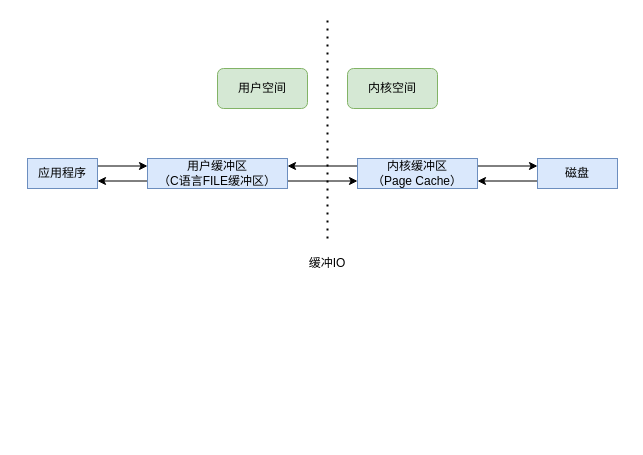
Earlier version of the draw.io diagram 1.drawio (1152545264/DrawioPaint). Source tidied: cells renumbered, new cells numbered last; positions are measured from the earlier drawing's top-left corner, leaving out a move shared by most shapes. Both pictures are drawn from the tidied source at 100%, with x=0, y=0 at pixel (27, 18).
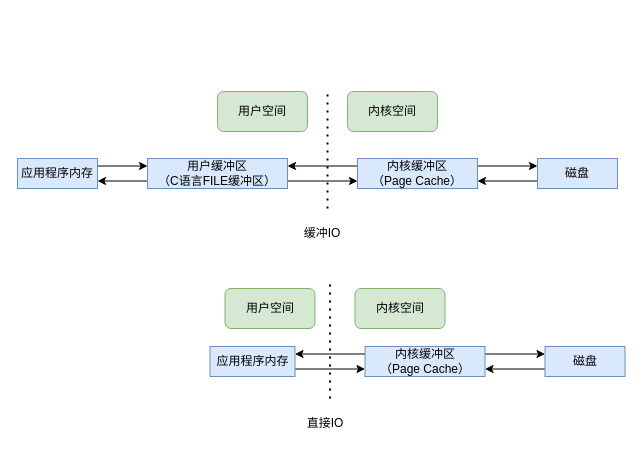
Above is the later version.

What changed in the source:
```diff
@@
     <mxCell id="2" value="用户空间" style="rounded=1;whiteSpace=wrap;html=1;fillColor=#d5e8d4;strokeColor=#82b366;" parent="1" vertex="1">
-      <mxGeometry x="190" y="50" width="90" height="40" as="geometry" />
+      <mxGeometry x="190" y="73" width="90" height="40" as="geometry" />
     </mxCell>
     <mxCell id="3" style="endArrow=none;dashed=1;html=1;dashPattern=1 3;strokeWidth=2;rounded=0;" parent="1" edge="1">
       <mxGeometry relative="1" as="geometry">
-        <mxPoint x="300" y="220" as="sourcePoint" />
-        <mxPoint x="300" as="targetPoint" />
+        <mxPoint x="300" y="190" as="sourcePoint" />
+        <mxPoint x="300" y="70" as="targetPoint" />
       </mxGeometry>
     </mxCell>
     <mxCell id="4" value="内核空间" style="rounded=1;whiteSpace=wrap;html=1;fillColor=#d5e8d4;strokeColor=#82b366;" parent="1" vertex="1">
-      <mxGeometry x="320" y="50" width="90" height="40" as="geometry" />
+      <mxGeometry x="320" y="73" width="90" height="40" as="geometry" />
     </mxCell>
@@
-    <mxCell id="6" value="应用程序" style="rounded=0;whiteSpace=wrap;html=1;fillColor=#dae8fc;strokeColor=#6c8ebf;" parent="1" vertex="1">
-      <mxGeometry y="140" width="70" height="30" as="geometry" />
+    <mxCell id="6" value="应用程序内存" style="rounded=0;whiteSpace=wrap;html=1;fillColor=#dae8fc;strokeColor=#6c8ebf;" parent="1" vertex="1">
+      <mxGeometry x="-10" y="140" width="80" height="30" as="geometry" />
     </mxCell>
@@
     <mxCell id="15" value="缓冲IO" style="text;strokeColor=none;align=center;fillColor=none;html=1;verticalAlign=middle;whiteSpace=wrap;rounded=0;" parent="1" vertex="1">
-      <mxGeometry x="270" y="230" width="60" height="30" as="geometry" />
+      <mxGeometry x="265" y="200" width="60" height="30" as="geometry" />
     </mxCell>
+    <mxCell id="16" value="用户空间" style="rounded=1;whiteSpace=wrap;html=1;fillColor=#d5e8d4;strokeColor=#82b366;" parent="1" vertex="1">
+      <mxGeometry x="197.5" y="270" width="90" height="40" as="geometry" />
+    </mxCell>
+    <mxCell id="17" style="endArrow=none;dashed=1;html=1;dashPattern=1 3;strokeWidth=2;rounded=0;" parent="1" edge="1">
+      <mxGeometry relative="1" as="geometry">
+        <mxPoint x="302.5" y="380" as="sourcePoint" />
+        <mxPoint x="302.5" y="260" as="targetPoint" />
+      </mxGeometry>
+    </mxCell>
+    <mxCell id="18" value="内核空间" style="rounded=1;whiteSpace=wrap;html=1;fillColor=#d5e8d4;strokeColor=#82b366;" parent="1" vertex="1">
+      <mxGeometry x="327.5" y="270" width="90" height="40" as="geometry" />
+    </mxCell>
+    <mxCell id="19" style="edgeStyle=orthogonalEdgeStyle;rounded=0;jettySize=auto;html=1;exitX=1;exitY=0.75;exitDx=0;exitDy=0;entryX=0;entryY=0.75;entryDx=0;entryDy=0;" parent="1" edge="1" source="20" target="23">
+      <mxGeometry relative="1" as="geometry" />
+    </mxCell>
+    <mxCell id="20" value="应用程序内存" style="rounded=0;whiteSpace=wrap;html=1;fillColor=#dae8fc;strokeColor=#6c8ebf;" parent="1" vertex="1">
+      <mxGeometry x="182.5" y="328" width="85" height="30" as="geometry" />
+    </mxCell>
+    <mxCell id="21" style="edgeStyle=orthogonalEdgeStyle;rounded=0;jettySize=auto;html=1;entryX=0;entryY=0.25;entryDx=0;entryDy=0;exitX=1;exitY=0.25;exitDx=0;exitDy=0;" parent="1" edge="1" source="23" target="25">
+      <mxGeometry relative="1" as="geometry" />
+    </mxCell>
+    <mxCell id="22" style="edgeStyle=orthogonalEdgeStyle;rounded=0;jettySize=auto;html=1;exitX=0;exitY=0.25;exitDx=0;exitDy=0;entryX=1;entryY=0.25;entryDx=0;entryDy=0;" parent="1" edge="1" source="23" target="20">
+      <mxGeometry relative="1" as="geometry" />
+    </mxCell>
+    <mxCell id="23" value="内核缓冲区&lt;br&gt;（Page Cache）" style="rounded=0;whiteSpace=wrap;html=1;fillColor=#dae8fc;strokeColor=#6c8ebf;" parent="1" vertex="1">
+      <mxGeometry x="337.5" y="328" width="120" height="30" as="geometry" />
+    </mxCell>
+    <mxCell id="24" style="edgeStyle=orthogonalEdgeStyle;rounded=0;jettySize=auto;html=1;exitX=0;exitY=0.75;exitDx=0;exitDy=0;entryX=1;entryY=0.75;entryDx=0;entryDy=0;" parent="1" edge="1" source="25" target="23">
+      <mxGeometry relative="1" as="geometry" />
+    </mxCell>
+    <mxCell id="25" value="磁盘" style="rounded=0;whiteSpace=wrap;html=1;fillColor=#dae8fc;strokeColor=#6c8ebf;" parent="1" vertex="1">
+      <mxGeometry x="517.5" y="328" width="80" height="30" as="geometry" />
+    </mxCell>
+    <mxCell id="26" value="直接IO" style="text;strokeColor=none;align=center;fillColor=none;html=1;verticalAlign=middle;whiteSpace=wrap;rounded=0;" parent="1" vertex="1">
+      <mxGeometry x="267.5" y="390" width="60" height="30" as="geometry" />
+    </mxCell>
```
